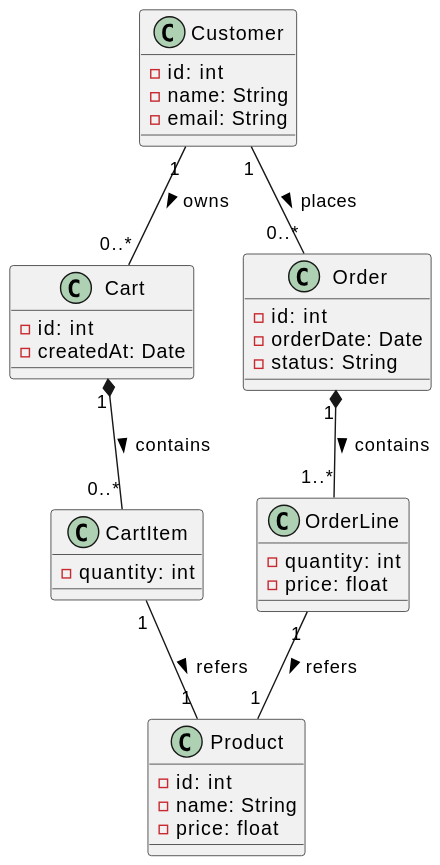
The PlantUML diagram demos/diagram/.genai.sample-plantuml.svg/1779887356_fbd2cece.svg in the-robot-lives/media-tools, before a commit. Its diagram source:
```plantuml
@startuml
class Product {
  - id: int
  - name: String
  - price: float
}

class Cart {
  - id: int
  - createdAt: Date
}

class CartItem {
  - quantity: int
}

class Order {
  - id: int
  - orderDate: Date
  - status: String
}

class OrderLine {
  - quantity: int
  - price: float
}

class Customer {
  - id: int
  - name: String
  - email: String
}

Customer "1" -- "0..*" Cart : owns >
Cart "1" *-- "0..*" CartItem : contains >
CartItem "1" -- "1" Product : refers >
Customer "1" -- "0..*" Order : places >
Order "1" *-- "1..*" OrderLine : contains >
OrderLine "1" -- "1" Product : refers >
@enduml
```
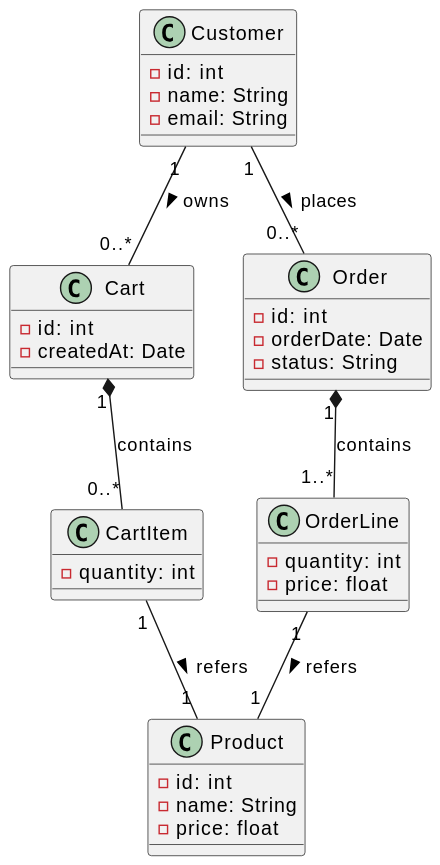
The same diagram one commit later.

Diff of the diagram source:
```diff
@@ -32,9 +32,9 @@
 }
 
 Customer "1" -- "0..*" Cart : owns >
-Cart "1" *-- "0..*" CartItem : contains >
+Cart "1" *-- "0..*" CartItem : contains
 CartItem "1" -- "1" Product : refers >
 Customer "1" -- "0..*" Order : places >
-Order "1" *-- "1..*" OrderLine : contains >
+Order "1" *-- "1..*" OrderLine : contains
 OrderLine "1" -- "1" Product : refers >
 @enduml
```
